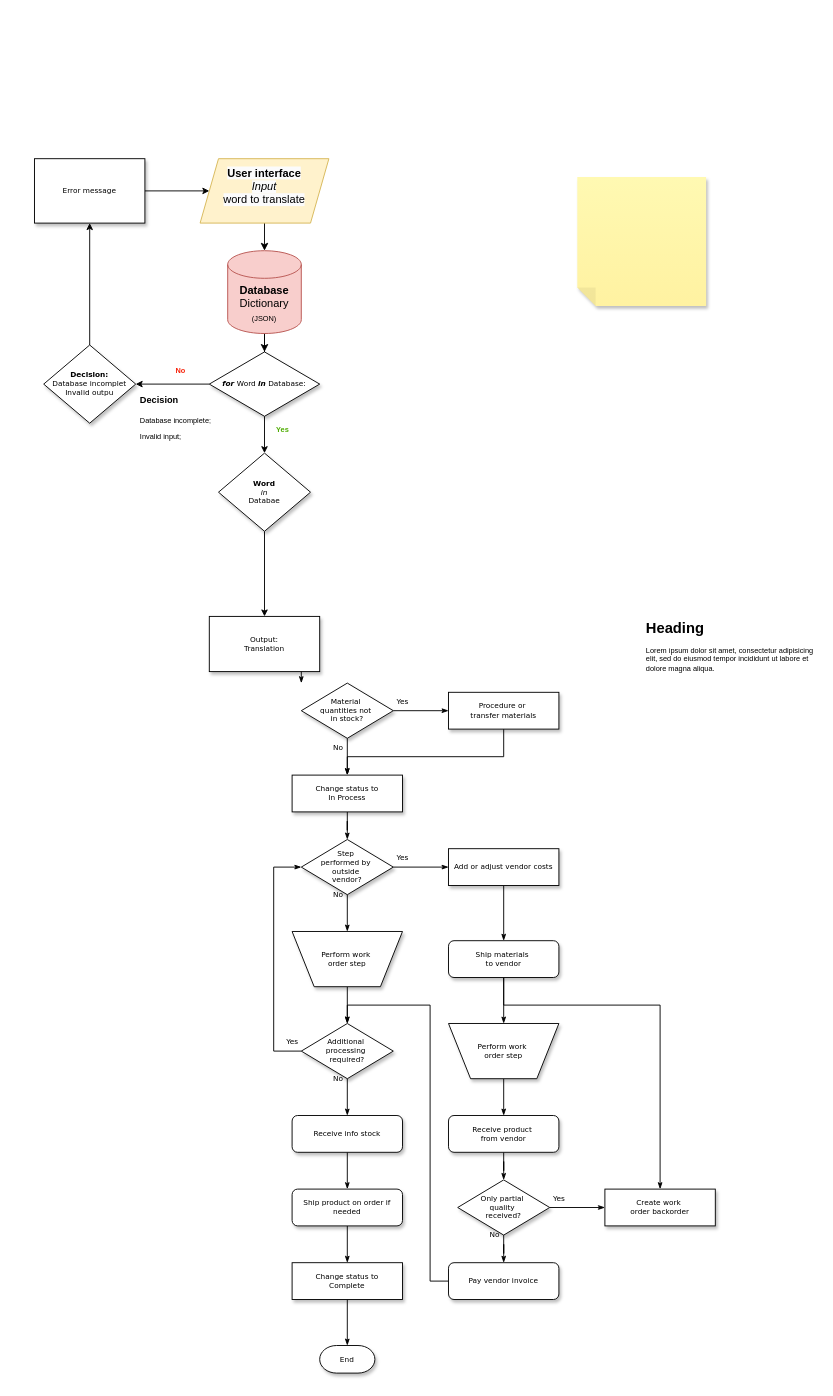
This is Untitled Diagram.drawio from DanZech/45-Learning-Code, a draw.io file, before an edit. Source tidied: cells renumbered, new cells numbered last; positions are measured from the earlier drawing's top-left corner, leaving out a move shared by most shapes. Both pictures are drawn from the tidied source at 92%, with x=0, y=0 at pixel (34, 158).
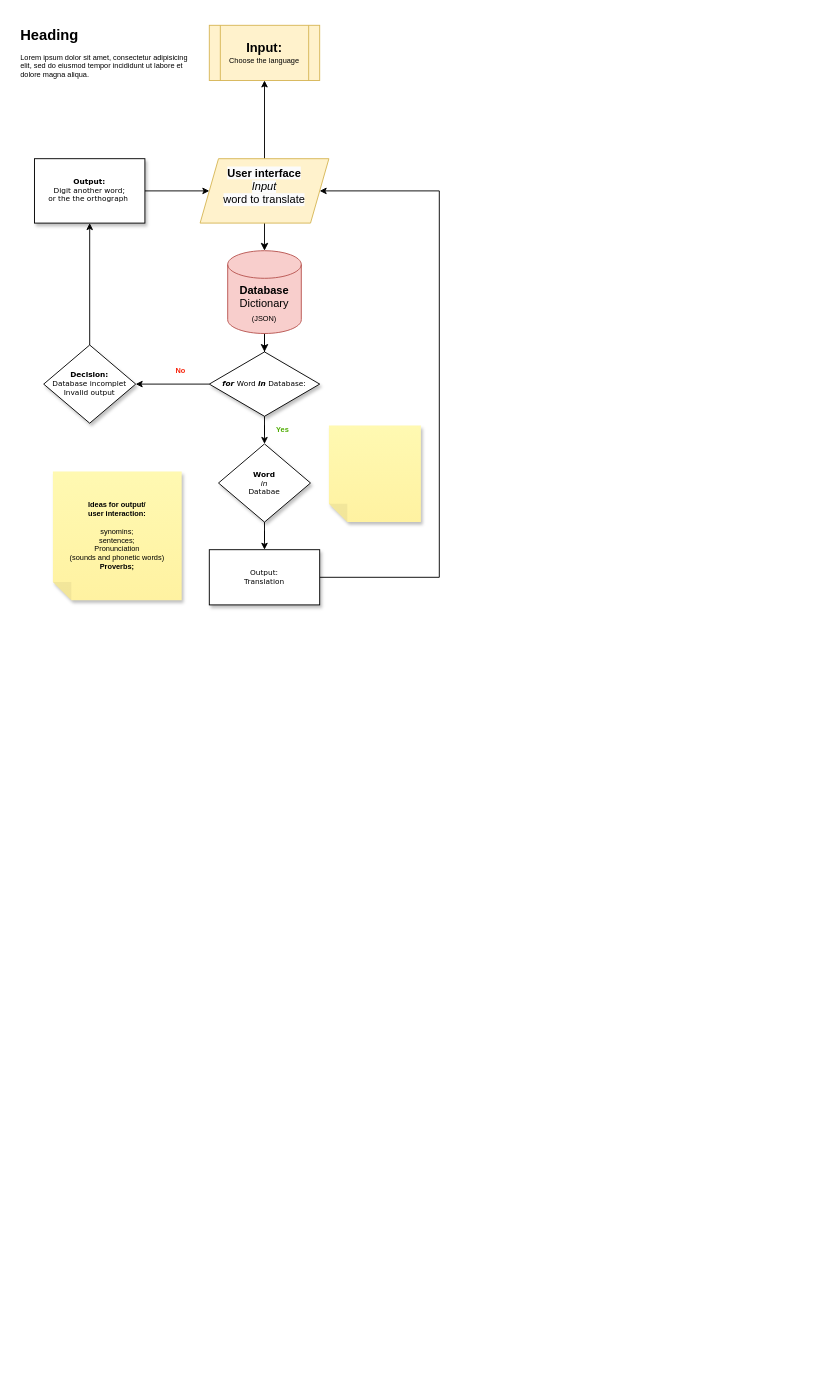
The same page after the edit.

Unchanged cells that the change refers to:
```xml
<mxCell id="46" value="&#10;&lt;b style=&quot;border-color: var(--border-color); color: rgb(0, 0, 0); font-family: Helvetica; font-size: 12px; font-style: normal; font-variant-ligatures: normal; font-variant-caps: normal; letter-spacing: normal; orphans: 2; text-align: center; text-indent: 0px; text-transform: none; widows: 2; word-spacing: 0px; -webkit-text-stroke-width: 0px; background-color: rgb(251, 251, 251); text-decoration-thickness: initial; text-decoration-style: initial; text-decoration-color: initial;&quot;&gt;User interface&lt;/b&gt;&lt;br style=&quot;border-color: var(--border-color); color: rgb(0, 0, 0); font-family: Helvetica; font-size: 12px; font-style: normal; font-variant-ligatures: normal; font-variant-caps: normal; font-weight: 400; letter-spacing: normal; orphans: 2; text-align: center; text-indent: 0px; text-transform: none; widows: 2; word-spacing: 0px; -webkit-text-stroke-width: 0px; background-color: rgb(251, 251, 251); text-decoration-thickness: initial; text-decoration-style: initial; text-decoration-color: initial;&quot;&gt;&lt;i style=&quot;border-color: var(--border-color); color: rgb(0, 0, 0); font-family: Helvetica; font-size: 12px; font-variant-ligatures: normal; font-variant-caps: normal; font-weight: 400; letter-spacing: normal; orphans: 2; text-align: center; text-indent: 0px; text-transform: none; widows: 2; word-spacing: 0px; -webkit-text-stroke-width: 0px; background-color: rgb(251, 251, 251); text-decoration-thickness: initial; text-decoration-style: initial; text-decoration-color: initial;&quot;&gt;Input&lt;/i&gt;&lt;span style=&quot;color: rgb(0, 0, 0); font-family: Helvetica; font-size: 12px; font-style: normal; font-variant-ligatures: normal; font-variant-caps: normal; font-weight: 400; letter-spacing: normal; orphans: 2; text-align: center; text-indent: 0px; text-transform: none; widows: 2; word-spacing: 0px; -webkit-text-stroke-width: 0px; background-color: rgb(251, 251, 251); text-decoration-thickness: initial; text-decoration-style: initial; text-decoration-color: initial; float: none; display: inline !important;&quot;&gt;&lt;/span&gt;&lt;br style=&quot;border-color: var(--border-color); color: rgb(0, 0, 0); font-family: Helvetica; font-size: 12px; font-style: normal; font-variant-ligatures: normal; font-variant-caps: normal; font-weight: 400; letter-spacing: normal; orphans: 2; text-align: center; text-indent: 0px; text-transform: none; widows: 2; word-spacing: 0px; -webkit-text-stroke-width: 0px; background-color: rgb(251, 251, 251); text-decoration-thickness: initial; text-decoration-style: initial; text-decoration-color: initial;&quot;&gt;&lt;span style=&quot;color: rgb(0, 0, 0); font-family: Helvetica; font-size: 12px; font-style: normal; font-variant-ligatures: normal; font-variant-caps: normal; font-weight: 400; letter-spacing: normal; orphans: 2; text-align: center; text-indent: 0px; text-transform: none; widows: 2; word-spacing: 0px; -webkit-text-stroke-width: 0px; background-color: rgb(251, 251, 251); text-decoration-thickness: initial; text-decoration-style: initial; text-decoration-color: initial; float: none; display: inline !important;&quot;&gt;word to translate&lt;/span&gt;&#10;&#10;" style="shape=parallelogram;perimeter=parallelogramPerimeter;whiteSpace=wrap;html=1;fixedSize=1;fontSize=8;fillColor=#fff2cc;strokeColor=#d6b656;" parent="1" vertex="1">
  <mxGeometry x="180" width="140" height="70" as="geometry" />
</mxCell>
```

Diff of the diagram source:
```diff
@@
-    <mxCell id="5" style="edgeStyle=orthogonalEdgeStyle;rounded=0;html=1;labelBackgroundColor=none;startSize=5;endArrow=classicThin;endFill=1;endSize=5;jettySize=auto;orthogonalLoop=1;strokeWidth=1;fontFamily=Verdana;fontSize=8;" parent="1" edge="1">
-      <mxGeometry relative="1" as="geometry">
-        <mxPoint x="290" y="540" as="sourcePoint" />
-        <mxPoint x="290" y="570" as="targetPoint" />
-      </mxGeometry>
-    </mxCell>
-    <mxCell id="6" value="Yes" style="edgeStyle=orthogonalEdgeStyle;rounded=0;html=1;labelBackgroundColor=none;startSize=5;endArrow=classicThin;endFill=1;endSize=5;jettySize=auto;strokeWidth=1;fontFamily=Verdana;fontSize=8;" parent="1" edge="1" source="8" target="10">
-      <mxGeometry x="-0.67" y="10" relative="1" as="geometry" />
-    </mxCell>
-    <mxCell id="7" value="No" style="edgeStyle=orthogonalEdgeStyle;rounded=0;html=1;labelBackgroundColor=none;startSize=5;endArrow=classicThin;endFill=1;endSize=5;jettySize=auto;strokeWidth=1;fontFamily=Verdana;fontSize=8;" parent="1" edge="1" source="8" target="12">
-      <mxGeometry x="-0.5" y="-10" relative="1" as="geometry" />
-    </mxCell>
-    <mxCell id="8" value="Material&amp;nbsp;&lt;div&gt;quantities not&amp;nbsp;&lt;/div&gt;&lt;div&gt;in stock?&lt;/div&gt;" style="rhombus;whiteSpace=wrap;html=1;rounded=0;shadow=1;labelBackgroundColor=none;strokeWidth=1;fontFamily=Verdana;fontSize=8;align=center;" parent="1" vertex="1">
-      <mxGeometry x="290" y="570" width="100" height="60" as="geometry" />
-    </mxCell>
-    <mxCell id="9" style="edgeStyle=orthogonalEdgeStyle;rounded=0;html=1;labelBackgroundColor=none;startSize=5;endArrow=classicThin;endFill=1;endSize=5;jettySize=auto;strokeWidth=1;fontFamily=Verdana;fontSize=8;" parent="1" edge="1" source="10" target="12">
-      <mxGeometry relative="1" as="geometry">
-        <Array as="points">
-          <mxPoint x="510" y="650" />
-          <mxPoint x="340" y="650" />
-        </Array>
-      </mxGeometry>
-    </mxCell>
-    <mxCell id="10" value="Procedure or&amp;nbsp;&lt;div&gt;transfer materials&lt;/div&gt;" style="whiteSpace=wrap;html=1;rounded=0;shadow=1;labelBackgroundColor=none;strokeWidth=1;fontFamily=Verdana;fontSize=8;align=center;" parent="1" vertex="1">
-      <mxGeometry x="450" y="580" width="120" height="40" as="geometry" />
-    </mxCell>
-    <mxCell id="11" style="edgeStyle=orthogonalEdgeStyle;rounded=0;html=1;labelBackgroundColor=none;startSize=5;endArrow=classicThin;endFill=1;endSize=5;jettySize=auto;strokeWidth=1;fontFamily=Verdana;fontSize=8;" parent="1" edge="1" source="12" target="15">
-      <mxGeometry relative="1" as="geometry" />
-    </mxCell>
-    <mxCell id="12" value="Change status to&lt;div&gt;In Process&lt;/div&gt;" style="whiteSpace=wrap;html=1;rounded=0;shadow=1;labelBackgroundColor=none;strokeWidth=1;fontFamily=Verdana;fontSize=8;align=center;" parent="1" vertex="1">
-      <mxGeometry x="280" y="670" width="120" height="40" as="geometry" />
-    </mxCell>
-    <mxCell id="13" value="Yes" style="edgeStyle=orthogonalEdgeStyle;rounded=0;html=1;labelBackgroundColor=none;startSize=5;endArrow=classicThin;endFill=1;endSize=5;jettySize=auto;strokeWidth=1;fontFamily=Verdana;fontSize=8;" parent="1" edge="1" source="15" target="17">
-      <mxGeometry x="-0.67" y="10" relative="1" as="geometry" />
-    </mxCell>
-    <mxCell id="14" value="No" style="edgeStyle=orthogonalEdgeStyle;rounded=0;html=1;labelBackgroundColor=none;startSize=5;endArrow=classicThin;endFill=1;endSize=5;jettySize=auto;strokeWidth=1;fontFamily=Verdana;fontSize=8;" parent="1" edge="1" source="15" target="19">
-      <mxGeometry x="-1" y="-10" relative="1" as="geometry" />
-    </mxCell>
-    <mxCell id="15" value="Step&amp;nbsp;&lt;div&gt;performed by&amp;nbsp;&lt;/div&gt;&lt;div&gt;outside&amp;nbsp;&lt;/div&gt;&lt;div&gt;vendor?&lt;/div&gt;" style="rhombus;whiteSpace=wrap;html=1;rounded=0;shadow=1;labelBackgroundColor=none;strokeWidth=1;fontFamily=Verdana;fontSize=8;align=center;" parent="1" vertex="1">
-      <mxGeometry x="290" y="740" width="100" height="60" as="geometry" />
-    </mxCell>
-    <mxCell id="16" style="edgeStyle=orthogonalEdgeStyle;rounded=0;html=1;labelBackgroundColor=none;startSize=5;endArrow=classicThin;endFill=1;endSize=5;jettySize=auto;strokeWidth=1;fontFamily=Verdana;fontSize=8;" parent="1" edge="1" source="17" target="22">
-      <mxGeometry relative="1" as="geometry" />
-    </mxCell>
-    <mxCell id="17" value="Add or adjust vendor costs" style="whiteSpace=wrap;html=1;rounded=0;shadow=1;labelBackgroundColor=none;strokeWidth=1;fontFamily=Verdana;fontSize=8;align=center;" parent="1" vertex="1">
-      <mxGeometry x="450" y="750" width="120" height="40" as="geometry" />
-    </mxCell>
-    <mxCell id="18" style="edgeStyle=orthogonalEdgeStyle;rounded=0;html=1;labelBackgroundColor=none;startSize=5;endArrow=classicThin;endFill=1;endSize=5;jettySize=auto;strokeWidth=1;fontFamily=Verdana;fontSize=8;" parent="1" edge="1" source="19" target="25">
-      <mxGeometry relative="1" as="geometry" />
-    </mxCell>
-    <mxCell id="19" value="Perform work&amp;nbsp;&lt;div&gt;order step&lt;/div&gt;" style="shape=trapezoid;whiteSpace=wrap;html=1;rounded=0;shadow=1;labelBackgroundColor=none;strokeWidth=1;fontFamily=Verdana;fontSize=8;align=center;flipV=1;" parent="1" vertex="1">
-      <mxGeometry x="280" y="840" width="120" height="60" as="geometry" />
-    </mxCell>
-    <mxCell id="20" style="edgeStyle=orthogonalEdgeStyle;rounded=0;html=1;labelBackgroundColor=none;startSize=5;endArrow=classicThin;endFill=1;endSize=5;jettySize=auto;strokeWidth=1;fontFamily=Verdana;fontSize=8;" parent="1" edge="1" source="22" target="27">
-      <mxGeometry relative="1" as="geometry" />
-    </mxCell>
-    <mxCell id="21" style="edgeStyle=orthogonalEdgeStyle;rounded=0;html=1;labelBackgroundColor=none;startSize=5;endArrow=classicThin;endFill=1;endSize=5;jettySize=auto;strokeWidth=1;fontFamily=Verdana;fontSize=8;" parent="1" edge="1" source="22" target="37">
-      <mxGeometry relative="1" as="geometry">
-        <Array as="points">
-          <mxPoint x="510" y="920" />
-          <mxPoint x="680" y="920" />
-        </Array>
-      </mxGeometry>
-    </mxCell>
-    <mxCell id="22" value="Ship materials&amp;nbsp;&lt;div&gt;to vendor&lt;/div&gt;" style="rounded=1;whiteSpace=wrap;html=1;shadow=1;labelBackgroundColor=none;strokeWidth=1;fontFamily=Verdana;fontSize=8;align=center;" parent="1" vertex="1">
-      <mxGeometry x="450" y="850" width="120" height="40" as="geometry" />
-    </mxCell>
-    <mxCell id="23" value="Yes" style="edgeStyle=orthogonalEdgeStyle;rounded=0;html=1;labelBackgroundColor=none;startSize=5;endArrow=classicThin;endFill=1;endSize=5;jettySize=auto;strokeWidth=1;fontFamily=Verdana;fontSize=8;" parent="1" edge="1" source="25" target="15">
-      <mxGeometry x="-0.69" y="-20" relative="1" as="geometry">
-        <Array as="points">
-          <mxPoint x="260" y="970" />
-          <mxPoint x="260" y="770" />
-        </Array>
-      </mxGeometry>
-    </mxCell>
-    <mxCell id="24" value="No" style="edgeStyle=orthogonalEdgeStyle;rounded=0;html=1;labelBackgroundColor=none;startSize=5;endArrow=classicThin;endFill=1;endSize=5;jettySize=auto;strokeWidth=1;fontFamily=Verdana;fontSize=8;" parent="1" edge="1" source="25" target="29">
-      <mxGeometry x="-1" y="-10" relative="1" as="geometry" />
-    </mxCell>
-    <mxCell id="25" value="Additional&amp;nbsp;&lt;div&gt;processing&amp;nbsp;&lt;/div&gt;&lt;div&gt;required?&lt;/div&gt;" style="rhombus;whiteSpace=wrap;html=1;rounded=0;shadow=1;labelBackgroundColor=none;strokeWidth=1;fontFamily=Verdana;fontSize=8;align=center;" parent="1" vertex="1">
-      <mxGeometry x="290" y="940" width="100" height="60" as="geometry" />
-    </mxCell>
-    <mxCell id="26" style="edgeStyle=orthogonalEdgeStyle;rounded=0;html=1;labelBackgroundColor=none;startSize=5;endArrow=classicThin;endFill=1;endSize=5;jettySize=auto;strokeWidth=1;fontFamily=Verdana;fontSize=8;" parent="1" edge="1" source="27" target="31">
-      <mxGeometry relative="1" as="geometry" />
-    </mxCell>
-    <mxCell id="27" value="Perform work&amp;nbsp;&lt;div&gt;order step&lt;/div&gt;" style="shape=trapezoid;whiteSpace=wrap;html=1;rounded=0;shadow=1;labelBackgroundColor=none;strokeWidth=1;fontFamily=Verdana;fontSize=8;align=center;flipV=1;" parent="1" vertex="1">
-      <mxGeometry x="450" y="940" width="120" height="60" as="geometry" />
-    </mxCell>
-    <mxCell id="28" style="edgeStyle=orthogonalEdgeStyle;rounded=0;html=1;labelBackgroundColor=none;startSize=5;endArrow=classicThin;endFill=1;endSize=5;jettySize=auto;strokeWidth=1;fontFamily=Verdana;fontSize=8;" parent="1" edge="1" source="29" target="33">
-      <mxGeometry relative="1" as="geometry" />
-    </mxCell>
-    <mxCell id="29" value="Receive info stock" style="rounded=1;whiteSpace=wrap;html=1;shadow=1;labelBackgroundColor=none;strokeWidth=1;fontFamily=Verdana;fontSize=8;align=center;" parent="1" vertex="1">
-      <mxGeometry x="280" y="1040" width="120" height="40" as="geometry" />
-    </mxCell>
-    <mxCell id="30" style="edgeStyle=orthogonalEdgeStyle;rounded=0;html=1;labelBackgroundColor=none;startSize=5;endArrow=classicThin;endFill=1;endSize=5;jettySize=auto;strokeWidth=1;fontFamily=Verdana;fontSize=8;" parent="1" edge="1" source="31" target="36">
-      <mxGeometry relative="1" as="geometry" />
-    </mxCell>
-    <mxCell id="31" value="Receive product&amp;nbsp;&lt;div&gt;from vendor&lt;/div&gt;" style="rounded=1;whiteSpace=wrap;html=1;shadow=1;labelBackgroundColor=none;strokeWidth=1;fontFamily=Verdana;fontSize=8;align=center;" parent="1" vertex="1">
-      <mxGeometry x="450" y="1040" width="120" height="40" as="geometry" />
-    </mxCell>
-    <mxCell id="32" style="edgeStyle=orthogonalEdgeStyle;rounded=0;html=1;labelBackgroundColor=none;startSize=5;endArrow=classicThin;endFill=1;endSize=5;jettySize=auto;strokeWidth=1;fontFamily=Verdana;fontSize=8;" parent="1" edge="1" source="33" target="39">
-      <mxGeometry relative="1" as="geometry" />
-    </mxCell>
-    <mxCell id="33" value="Ship product on order if needed" style="rounded=1;whiteSpace=wrap;html=1;shadow=1;labelBackgroundColor=none;strokeWidth=1;fontFamily=Verdana;fontSize=8;align=center;" parent="1" vertex="1">
-      <mxGeometry x="280" y="1120" width="120" height="40" as="geometry" />
-    </mxCell>
-    <mxCell id="34" value="No" style="edgeStyle=orthogonalEdgeStyle;rounded=0;html=1;labelBackgroundColor=none;startSize=5;endArrow=classicThin;endFill=1;endSize=5;jettySize=auto;strokeWidth=1;fontFamily=Verdana;fontSize=8;" parent="1" edge="1" source="36" target="41">
-      <mxGeometry x="0.2" y="14" relative="1" as="geometry">
-        <mxPoint x="-24" y="-10" as="offset" />
-      </mxGeometry>
-    </mxCell>
-    <mxCell id="35" value="Yes" style="edgeStyle=orthogonalEdgeStyle;rounded=0;html=1;labelBackgroundColor=none;startSize=5;endArrow=classicThin;endFill=1;endSize=5;jettySize=auto;strokeWidth=1;fontFamily=Verdana;fontSize=8;" parent="1" edge="1" source="36" target="37">
-      <mxGeometry x="-0.67" y="10" relative="1" as="geometry" />
-    </mxCell>
-    <mxCell id="36" value="Only partial&amp;nbsp;&lt;div&gt;quality&amp;nbsp;&lt;/div&gt;&lt;div&gt;received?&lt;/div&gt;" style="rhombus;whiteSpace=wrap;html=1;rounded=0;shadow=1;labelBackgroundColor=none;strokeWidth=1;fontFamily=Verdana;fontSize=8;align=center;" parent="1" vertex="1">
-      <mxGeometry x="460" y="1110" width="100" height="60" as="geometry" />
-    </mxCell>
-    <mxCell id="37" value="Create work&amp;nbsp;&lt;div&gt;order backorder&lt;/div&gt;" style="whiteSpace=wrap;html=1;rounded=0;shadow=1;labelBackgroundColor=none;strokeWidth=1;fontFamily=Verdana;fontSize=8;align=center;" parent="1" vertex="1">
-      <mxGeometry x="620" y="1120" width="120" height="40" as="geometry" />
-    </mxCell>
-    <mxCell id="38" style="edgeStyle=orthogonalEdgeStyle;rounded=0;html=1;labelBackgroundColor=none;startSize=5;endArrow=classicThin;endFill=1;endSize=5;jettySize=auto;strokeWidth=1;fontFamily=Verdana;fontSize=8;" parent="1" edge="1" source="39" target="42">
-      <mxGeometry relative="1" as="geometry" />
-    </mxCell>
-    <mxCell id="39" value="Change status to&lt;div&gt;Complete&lt;/div&gt;" style="whiteSpace=wrap;html=1;rounded=0;shadow=1;labelBackgroundColor=none;strokeWidth=1;fontFamily=Verdana;fontSize=8;align=center;" parent="1" vertex="1">
-      <mxGeometry x="280" y="1200" width="120" height="40" as="geometry" />
-    </mxCell>
-    <mxCell id="40" style="edgeStyle=orthogonalEdgeStyle;rounded=0;html=1;labelBackgroundColor=none;startSize=5;endArrow=classicThin;endFill=1;endSize=5;jettySize=auto;strokeWidth=1;fontFamily=Verdana;fontSize=8;" parent="1" edge="1" source="41" target="25">
-      <mxGeometry relative="1" as="geometry">
-        <Array as="points">
-          <mxPoint x="430" y="1220" />
-          <mxPoint x="430" y="920" />
-          <mxPoint x="340" y="920" />
-        </Array>
-      </mxGeometry>
-    </mxCell>
-    <mxCell id="41" value="Pay vendor invoice" style="rounded=1;whiteSpace=wrap;html=1;shadow=1;labelBackgroundColor=none;strokeWidth=1;fontFamily=Verdana;fontSize=8;align=center;" parent="1" vertex="1">
-      <mxGeometry x="450" y="1200" width="120" height="40" as="geometry" />
-    </mxCell>
-    <mxCell id="42" value="End" style="strokeWidth=1;html=1;shape=mxgraph.flowchart.terminator;whiteSpace=wrap;rounded=0;shadow=1;labelBackgroundColor=none;fontFamily=Verdana;fontSize=8;align=center;" parent="1" vertex="1">
-      <mxGeometry x="310" y="1290" width="60" height="30" as="geometry" />
-    </mxCell>
@@
+    <mxCell id="59" style="edgeStyle=orthogonalEdgeStyle;rounded=0;jettySize=auto;html=1;shadow=0;fontSize=10;fontColor=#4eac02;endSize=5;" parent="1" edge="1" source="46" target="61">
+      <mxGeometry relative="1" as="geometry" />
+    </mxCell>
@@
-    <mxCell id="47" style="shape=note;whiteSpace=wrap;html=1;backgroundOutline=1;fontColor=#000000;darkOpacity=0.05;fillColor=#FFF9B2;strokeColor=none;fillStyle=solid;direction=west;gradientDirection=north;gradientColor=#FFF2A1;shadow=1;size=20;fontSize=8;" parent="1" vertex="1">
-      <mxGeometry x="590" y="20" width="140" height="140" as="geometry" />
+    <mxCell id="47" value="&lt;b&gt;Ideas for output/&lt;br&gt;user interaction:&lt;/b&gt;&lt;br&gt;&lt;br&gt;synomins;&lt;br&gt;sentences;&lt;br&gt;Pronunciation &lt;br&gt;(sounds and phonetic words)&lt;br&gt;&lt;b&gt;Proverbs;&lt;/b&gt;" style="shape=note;whiteSpace=wrap;html=1;backgroundOutline=1;fontColor=#000000;darkOpacity=0.05;fillColor=#FFF9B2;strokeColor=none;fillStyle=solid;direction=west;gradientDirection=north;gradientColor=#FFF2A1;shadow=1;size=20;fontSize=8;" parent="1" vertex="1">
+      <mxGeometry x="20" y="340" width="140" height="140" as="geometry" />
     </mxCell>
     <mxCell id="48" value="&lt;h1&gt;Heading&lt;/h1&gt;&lt;p&gt;Lorem ipsum dolor sit amet, consectetur adipisicing elit, sed do eiusmod tempor incididunt ut labore et dolore magna aliqua.&lt;/p&gt;" style="text;html=1;strokeColor=none;fillColor=none;spacing=5;spacingTop=-20;whiteSpace=wrap;overflow=hidden;rounded=0;fontSize=8;" parent="1" vertex="1">
-      <mxGeometry x="660" y="500" width="190" height="120" as="geometry" />
+      <mxGeometry x="-20" y="-145" width="190" height="120" as="geometry" />
     </mxCell>
@@
-    <mxCell id="50" value="&lt;b&gt;Decision:&lt;/b&gt;&lt;br&gt;Database incomplet&lt;br&gt;Invalid outpu" style="rhombus;whiteSpace=wrap;html=1;fontSize=8;fontFamily=Verdana;rounded=0;shadow=1;labelBackgroundColor=none;strokeWidth=1;" parent="1" vertex="1">
+    <mxCell id="50" value="&lt;b&gt;Decision:&lt;/b&gt;&lt;br&gt;Database incomplet&lt;br&gt;Invalid output" style="rhombus;whiteSpace=wrap;html=1;fontSize=8;fontFamily=Verdana;rounded=0;shadow=1;labelBackgroundColor=none;strokeWidth=1;" parent="1" vertex="1">
       <mxGeometry x="10" y="202.5" width="100" height="85" as="geometry" />
     </mxCell>
@@
-    <mxCell id="52" value="&lt;h1&gt;&lt;font style=&quot;font-size: 10px;&quot;&gt;Decision&lt;/font&gt;&lt;/h1&gt;&lt;p&gt;Database incomplete;&lt;/p&gt;&lt;p&gt;Invalid input;&lt;/p&gt;" style="text;html=1;strokeColor=none;fillColor=none;spacing=5;spacingTop=-20;whiteSpace=wrap;overflow=hidden;rounded=0;fontSize=8;" parent="1" vertex="1">
-      <mxGeometry x="110" y="250" width="100" height="70" as="geometry" />
-    </mxCell>
@@
-    <mxCell id="54" value="Error message" style="rounded=0;whiteSpace=wrap;html=1;fontSize=8;fontFamily=Verdana;shadow=1;labelBackgroundColor=none;strokeWidth=1;" parent="1" vertex="1">
+    <mxCell id="54" value="&lt;b&gt;Output:&lt;br&gt;&lt;/b&gt;Digit another word;&lt;br&gt;or the the orthograph&amp;nbsp;" style="rounded=0;whiteSpace=wrap;html=1;fontSize=8;fontFamily=Verdana;shadow=1;labelBackgroundColor=none;strokeWidth=1;" parent="1" vertex="1">
       <mxGeometry width="120" height="70" as="geometry" />
     </mxCell>
@@
     <mxCell id="56" value="&lt;b&gt;Word&lt;/b&gt;&lt;br&gt;&lt;i&gt;in&lt;br&gt;&lt;/i&gt;Databae" style="rhombus;whiteSpace=wrap;html=1;fontSize=8;fontFamily=Verdana;rounded=0;shadow=1;labelBackgroundColor=none;strokeWidth=1;" parent="1" vertex="1">
-      <mxGeometry x="200" y="320" width="100" height="85" as="geometry" />
+      <mxGeometry x="200" y="310" width="100" height="85" as="geometry" />
     </mxCell>
@@
+    <mxCell id="60" style="edgeStyle=orthogonalEdgeStyle;rounded=0;jettySize=auto;html=1;entryX=1;entryY=0.5;entryDx=0;entryDy=0;shadow=0;fontSize=10;fontColor=#4eac02;endSize=5;" parent="1" edge="1" source="58" target="46">
+      <mxGeometry relative="1" as="geometry">
+        <Array as="points">
+          <mxPoint x="440" y="455" />
+          <mxPoint x="440" y="35" />
+        </Array>
+      </mxGeometry>
+    </mxCell>
     <mxCell id="58" value="Output:&lt;br&gt;Translation" style="rounded=0;whiteSpace=wrap;html=1;fontSize=8;fontFamily=Verdana;shadow=1;labelBackgroundColor=none;strokeWidth=1;" parent="1" vertex="1">
-      <mxGeometry x="190" y="497.5" width="120" height="60" as="geometry" />
+      <mxGeometry x="190" y="425" width="120" height="60" as="geometry" />
     </mxCell>
+    <mxCell id="61" value="&lt;b&gt;&lt;font style=&quot;font-size: 14px;&quot;&gt;Input:&lt;/font&gt;&lt;/b&gt;&lt;br&gt;Choose the language" style="shape=process;whiteSpace=wrap;html=1;backgroundOutline=1;fontSize=8;fillColor=#fff2cc;strokeColor=#d6b656;" parent="1" vertex="1">
+      <mxGeometry x="190" y="-145" width="120" height="60" as="geometry" />
+    </mxCell>
+    <mxCell id="62" style="shape=note;whiteSpace=wrap;html=1;backgroundOutline=1;fontColor=#000000;darkOpacity=0.05;fillColor=#FFF9B2;strokeColor=none;fillStyle=solid;direction=west;gradientDirection=north;gradientColor=#FFF2A1;shadow=1;size=20;fontSize=8;" parent="1" vertex="1">
+      <mxGeometry x="320" y="290" width="100" height="105" as="geometry" />
+    </mxCell>
```
